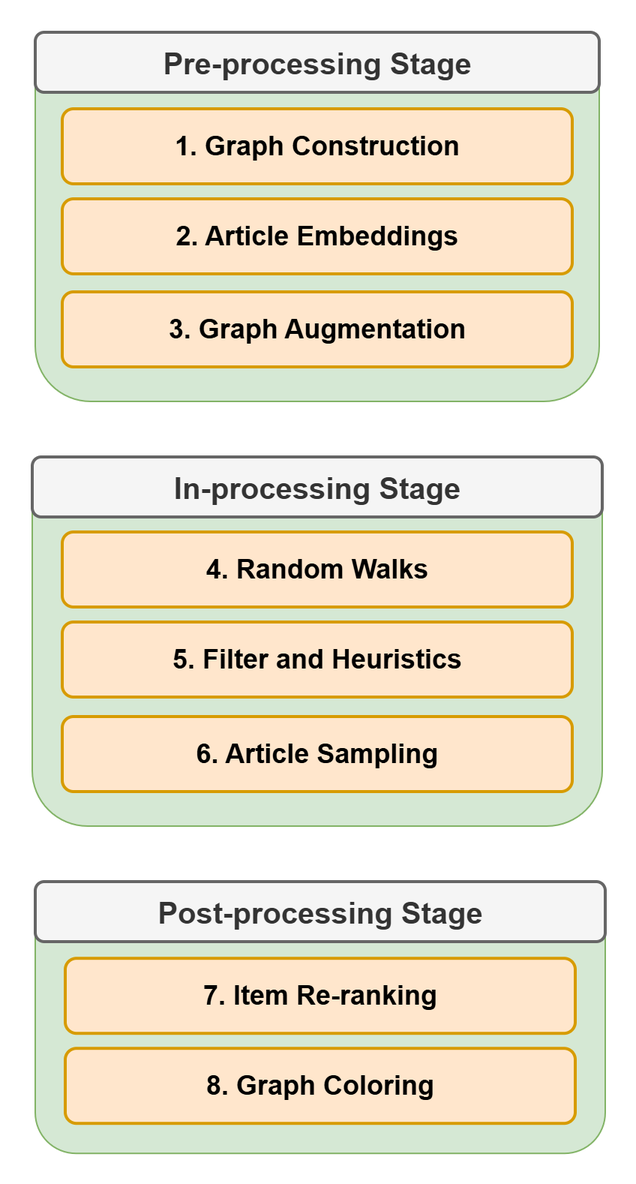
Earlier version of the draw.io export docs/source/uml/algorithm_pipeline_v4.2_simple.png (Informfully/Documentation). Source tidied: cells renumbered, new cells last; positions are measured from the earlier drawing's top-left corner, leaving out a move shared by most shapes. Its diagram source:
```xml
<mxGraphModel>
  <root>
    <mxCell id="0" />
    <mxCell id="1" parent="0" />
    <mxCell id="2" style="rounded=1;whiteSpace=wrap;html=1;fillColor=#d5e8d4;strokeColor=#82b366;" parent="1" vertex="1">
      <mxGeometry x="2" width="376" height="246" as="geometry" />
    </mxCell>
    <mxCell id="3" value="&lt;font style=&quot;font-size: 18px;&quot;&gt;&lt;b style=&quot;&quot;&gt;1. Graph Construction&lt;/b&gt;&lt;/font&gt;" style="rounded=1;whiteSpace=wrap;html=1;fillColor=#ffe6cc;strokeColor=#d79b00;strokeWidth=2;" parent="1" vertex="1">
      <mxGeometry x="20" y="51" width="340" height="50" as="geometry" />
    </mxCell>
    <mxCell id="4" value="&lt;b&gt;&lt;font style=&quot;font-size: 20px;&quot;&gt;Pre-processing Stage&lt;/font&gt;&lt;/b&gt;" style="rounded=1;whiteSpace=wrap;html=1;fillColor=#f5f5f5;strokeColor=#666666;fontColor=#333333;strokeWidth=2;" parent="1" vertex="1">
      <mxGeometry x="2" width="376" height="40" as="geometry" />
    </mxCell>
    <mxCell id="5" value="&lt;font style=&quot;font-size: 18px;&quot;&gt;&lt;b style=&quot;&quot;&gt;2. Article Embeddings&lt;/b&gt;&lt;/font&gt;" style="rounded=1;whiteSpace=wrap;html=1;fillColor=#ffe6cc;strokeColor=#d79b00;strokeWidth=2;" parent="1" vertex="1">
      <mxGeometry x="20" y="111" width="340" height="50" as="geometry" />
    </mxCell>
    <mxCell id="6" style="rounded=1;whiteSpace=wrap;html=1;fillColor=#d5e8d4;strokeColor=#82b366;" parent="1" vertex="1">
      <mxGeometry y="283" width="380" height="246" as="geometry" />
    </mxCell>
    <mxCell id="7" value="&lt;b&gt;&lt;font style=&quot;font-size: 20px;&quot;&gt;In-processing Stage&lt;/font&gt;&lt;/b&gt;" style="rounded=1;whiteSpace=wrap;html=1;fillColor=#f5f5f5;strokeColor=#666666;fontColor=#333333;strokeWidth=2;" parent="1" vertex="1">
      <mxGeometry y="283" width="380" height="40" as="geometry" />
    </mxCell>
    <mxCell id="8" value="&lt;b&gt;&lt;font style=&quot;font-size: 18px;&quot;&gt;4. Random Walks&lt;/font&gt;&lt;/b&gt;" style="rounded=1;whiteSpace=wrap;html=1;fillColor=#ffe6cc;strokeColor=#d79b00;strokeWidth=2;" parent="1" vertex="1">
      <mxGeometry x="20" y="333" width="340" height="50" as="geometry" />
    </mxCell>
    <mxCell id="9" value="&lt;b&gt;&lt;font&gt;&lt;font style=&quot;font-size: 18px;&quot;&gt;5. Filter and Heuristics&lt;/font&gt;&lt;/font&gt;&lt;/b&gt;" style="rounded=1;whiteSpace=wrap;html=1;fillColor=#ffe6cc;strokeColor=#d79b00;strokeWidth=2;" parent="1" vertex="1">
      <mxGeometry x="20" y="393" width="340" height="50" as="geometry" />
    </mxCell>
    <mxCell id="10" style="rounded=1;whiteSpace=wrap;html=1;fillColor=#d5e8d4;strokeColor=#82b366;" parent="1" vertex="1">
      <mxGeometry x="2" y="566" width="380" height="181.1" as="geometry" />
    </mxCell>
    <mxCell id="11" value="&lt;b&gt;&lt;font style=&quot;font-size: 20px;&quot;&gt;Post-processing Stage&lt;/font&gt;&lt;/b&gt;" style="rounded=1;whiteSpace=wrap;html=1;fillColor=#f5f5f5;strokeColor=#666666;fontColor=#333333;strokeWidth=2;" parent="1" vertex="1">
      <mxGeometry x="2" y="566" width="380" height="40" as="geometry" />
    </mxCell>
    <mxCell id="12" value="&lt;b&gt;&lt;font style=&quot;font-size: 18px;&quot;&gt;7. Item Re-ranking&lt;/font&gt;&lt;/b&gt;" style="rounded=1;whiteSpace=wrap;html=1;fillColor=#ffe6cc;strokeColor=#d79b00;strokeWidth=2;" parent="1" vertex="1">
      <mxGeometry x="22" y="617.1" width="340" height="50" as="geometry" />
    </mxCell>
    <mxCell id="13" value="&lt;b&gt;&lt;font style=&quot;font-size: 18px;&quot;&gt;8. Graph Coloring&lt;/font&gt;&lt;/b&gt;" style="rounded=1;whiteSpace=wrap;html=1;fillColor=#ffe6cc;strokeColor=#d79b00;strokeWidth=2;" parent="1" vertex="1">
      <mxGeometry x="22" y="677.1" width="340" height="50" as="geometry" />
    </mxCell>
    <mxCell id="14" value="&lt;font style=&quot;font-size: 18px;&quot;&gt;&lt;b style=&quot;&quot;&gt;3. Graph Augmentation&lt;/b&gt;&lt;/font&gt;" style="rounded=1;whiteSpace=wrap;html=1;fillColor=#ffe6cc;strokeColor=#d79b00;strokeWidth=2;" parent="1" vertex="1">
      <mxGeometry x="20" y="173" width="340" height="50" as="geometry" />
    </mxCell>
    <mxCell id="15" value="&lt;font style=&quot;font-size: 18px;&quot;&gt;&lt;b style=&quot;&quot;&gt;6. Article Sampling&lt;/b&gt;&lt;/font&gt;" style="rounded=1;whiteSpace=wrap;html=1;fillColor=#ffe6cc;strokeColor=#d79b00;strokeWidth=2;" parent="1" vertex="1">
      <mxGeometry x="20" y="456" width="340" height="50" as="geometry" />
    </mxCell>
  </root>
</mxGraphModel>
```
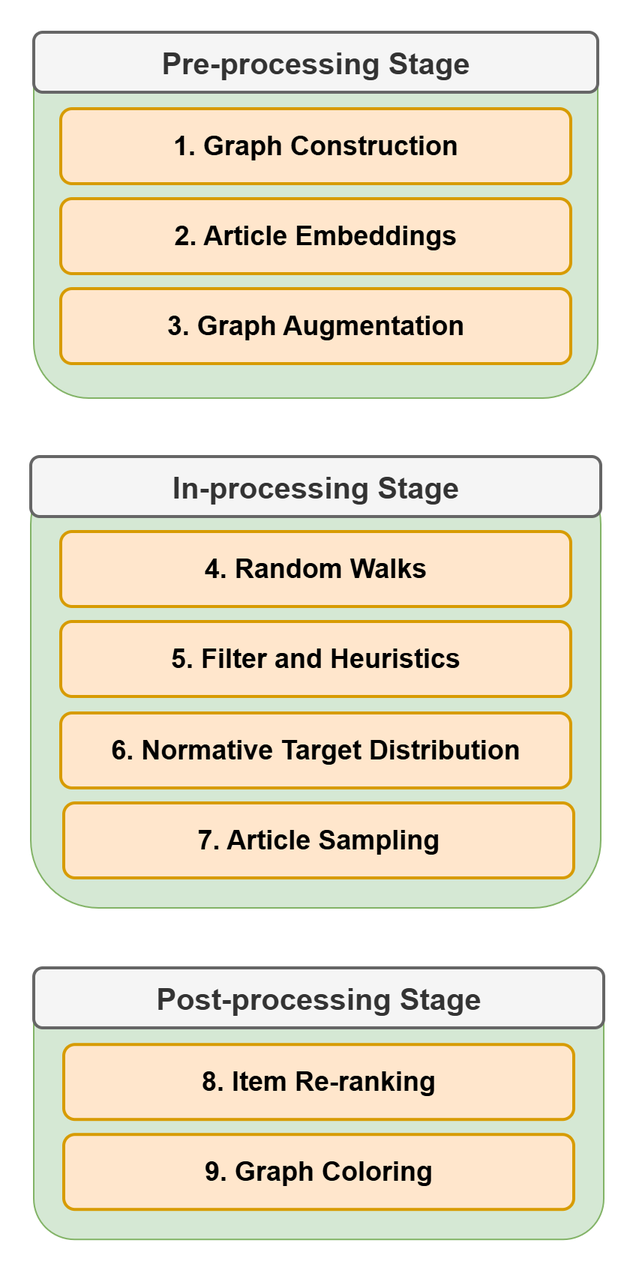
After the commit.

The edit, as a diff of the source:
```diff
@@ -3,7 +3,7 @@
     <mxCell id="0" />
     <mxCell id="1" parent="0" />
     <mxCell id="2" style="rounded=1;whiteSpace=wrap;html=1;fillColor=#d5e8d4;strokeColor=#82b366;" parent="1" vertex="1">
-      <mxGeometry x="2" width="376" height="246" as="geometry" />
+      <mxGeometry x="2" width="376" height="244" as="geometry" />
     </mxCell>
     <mxCell id="3" value="&lt;font style=&quot;font-size: 18px;&quot;&gt;&lt;b style=&quot;&quot;&gt;1. Graph Construction&lt;/b&gt;&lt;/font&gt;" style="rounded=1;whiteSpace=wrap;html=1;fillColor=#ffe6cc;strokeColor=#d79b00;strokeWidth=2;" parent="1" vertex="1">
       <mxGeometry x="20" y="51" width="340" height="50" as="geometry" />
@@ -15,7 +15,7 @@
       <mxGeometry x="20" y="111" width="340" height="50" as="geometry" />
     </mxCell>
     <mxCell id="6" style="rounded=1;whiteSpace=wrap;html=1;fillColor=#d5e8d4;strokeColor=#82b366;" parent="1" vertex="1">
-      <mxGeometry y="283" width="380" height="246" as="geometry" />
+      <mxGeometry y="283" width="380" height="301" as="geometry" />
     </mxCell>
     <mxCell id="7" value="&lt;b&gt;&lt;font style=&quot;font-size: 20px;&quot;&gt;In-processing Stage&lt;/font&gt;&lt;/b&gt;" style="rounded=1;whiteSpace=wrap;html=1;fillColor=#f5f5f5;strokeColor=#666666;fontColor=#333333;strokeWidth=2;" parent="1" vertex="1">
       <mxGeometry y="283" width="380" height="40" as="geometry" />
@@ -27,22 +27,25 @@
       <mxGeometry x="20" y="393" width="340" height="50" as="geometry" />
     </mxCell>
     <mxCell id="10" style="rounded=1;whiteSpace=wrap;html=1;fillColor=#d5e8d4;strokeColor=#82b366;" parent="1" vertex="1">
-      <mxGeometry x="2" y="566" width="380" height="181.1" as="geometry" />
+      <mxGeometry x="2" y="624" width="380" height="181.1" as="geometry" />
     </mxCell>
     <mxCell id="11" value="&lt;b&gt;&lt;font style=&quot;font-size: 20px;&quot;&gt;Post-processing Stage&lt;/font&gt;&lt;/b&gt;" style="rounded=1;whiteSpace=wrap;html=1;fillColor=#f5f5f5;strokeColor=#666666;fontColor=#333333;strokeWidth=2;" parent="1" vertex="1">
-      <mxGeometry x="2" y="566" width="380" height="40" as="geometry" />
+      <mxGeometry x="2" y="624" width="380" height="40" as="geometry" />
     </mxCell>
-    <mxCell id="12" value="&lt;b&gt;&lt;font style=&quot;font-size: 18px;&quot;&gt;7. Item Re-ranking&lt;/font&gt;&lt;/b&gt;" style="rounded=1;whiteSpace=wrap;html=1;fillColor=#ffe6cc;strokeColor=#d79b00;strokeWidth=2;" parent="1" vertex="1">
-      <mxGeometry x="22" y="617.1" width="340" height="50" as="geometry" />
+    <mxCell id="12" value="&lt;b&gt;&lt;font style=&quot;font-size: 18px;&quot;&gt;8. Item Re-ranking&lt;/font&gt;&lt;/b&gt;" style="rounded=1;whiteSpace=wrap;html=1;fillColor=#ffe6cc;strokeColor=#d79b00;strokeWidth=2;" parent="1" vertex="1">
+      <mxGeometry x="22" y="675.1" width="340" height="50" as="geometry" />
     </mxCell>
-    <mxCell id="13" value="&lt;b&gt;&lt;font style=&quot;font-size: 18px;&quot;&gt;8. Graph Coloring&lt;/font&gt;&lt;/b&gt;" style="rounded=1;whiteSpace=wrap;html=1;fillColor=#ffe6cc;strokeColor=#d79b00;strokeWidth=2;" parent="1" vertex="1">
-      <mxGeometry x="22" y="677.1" width="340" height="50" as="geometry" />
+    <mxCell id="13" value="&lt;b&gt;&lt;font style=&quot;font-size: 18px;&quot;&gt;9. Graph Coloring&lt;/font&gt;&lt;/b&gt;" style="rounded=1;whiteSpace=wrap;html=1;fillColor=#ffe6cc;strokeColor=#d79b00;strokeWidth=2;" parent="1" vertex="1">
+      <mxGeometry x="22" y="735.1" width="340" height="50" as="geometry" />
     </mxCell>
     <mxCell id="14" value="&lt;font style=&quot;font-size: 18px;&quot;&gt;&lt;b style=&quot;&quot;&gt;3. Graph Augmentation&lt;/b&gt;&lt;/font&gt;" style="rounded=1;whiteSpace=wrap;html=1;fillColor=#ffe6cc;strokeColor=#d79b00;strokeWidth=2;" parent="1" vertex="1">
-      <mxGeometry x="20" y="173" width="340" height="50" as="geometry" />
+      <mxGeometry x="20" y="171" width="340" height="50" as="geometry" />
     </mxCell>
-    <mxCell id="15" value="&lt;font style=&quot;font-size: 18px;&quot;&gt;&lt;b style=&quot;&quot;&gt;6. Article Sampling&lt;/b&gt;&lt;/font&gt;" style="rounded=1;whiteSpace=wrap;html=1;fillColor=#ffe6cc;strokeColor=#d79b00;strokeWidth=2;" parent="1" vertex="1">
-      <mxGeometry x="20" y="456" width="340" height="50" as="geometry" />
+    <mxCell id="15" value="&lt;font style=&quot;font-size: 18px;&quot;&gt;&lt;b style=&quot;&quot;&gt;6. Normative Target Distribution&lt;/b&gt;&lt;/font&gt;" style="rounded=1;whiteSpace=wrap;html=1;fillColor=#ffe6cc;strokeColor=#d79b00;strokeWidth=2;" parent="1" vertex="1">
+      <mxGeometry x="20" y="454" width="340" height="50" as="geometry" />
     </mxCell>
+    <mxCell id="16" value="&lt;font style=&quot;font-size: 18px;&quot;&gt;&lt;b style=&quot;&quot;&gt;7. Article Sampling&lt;/b&gt;&lt;/font&gt;" style="rounded=1;whiteSpace=wrap;html=1;fillColor=#ffe6cc;strokeColor=#d79b00;strokeWidth=2;" parent="1" vertex="1">
+      <mxGeometry x="22" y="514" width="340" height="50" as="geometry" />
+    </mxCell>
   </root>
 </mxGraphModel>
```
